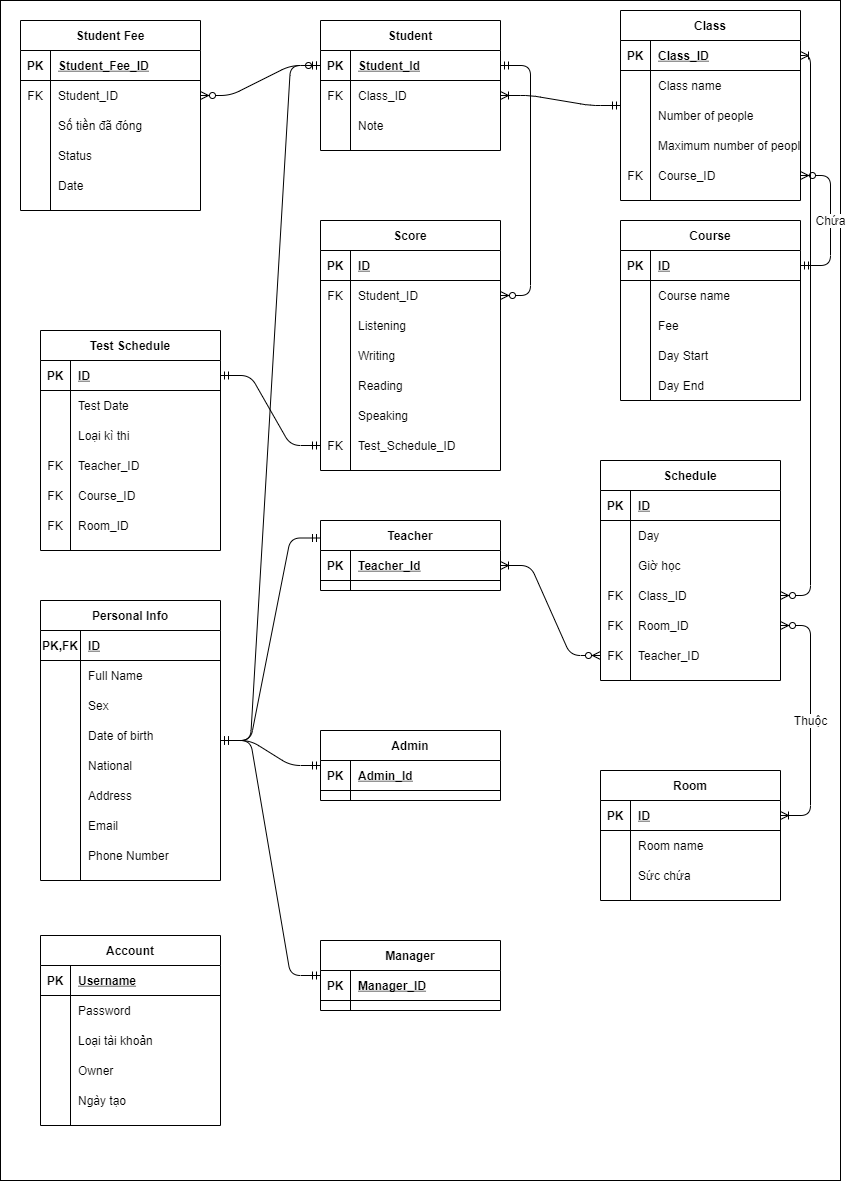
Above: ERD QlyHocVienTTAVpng-NguyenThang.png in truongthang2211/QlyHocVienTTAV (draw.io), before the change. Source tidied: cells renumbered, new cells last; positions are measured from the earlier drawing's top-left corner, leaving out a move shared by most shapes.
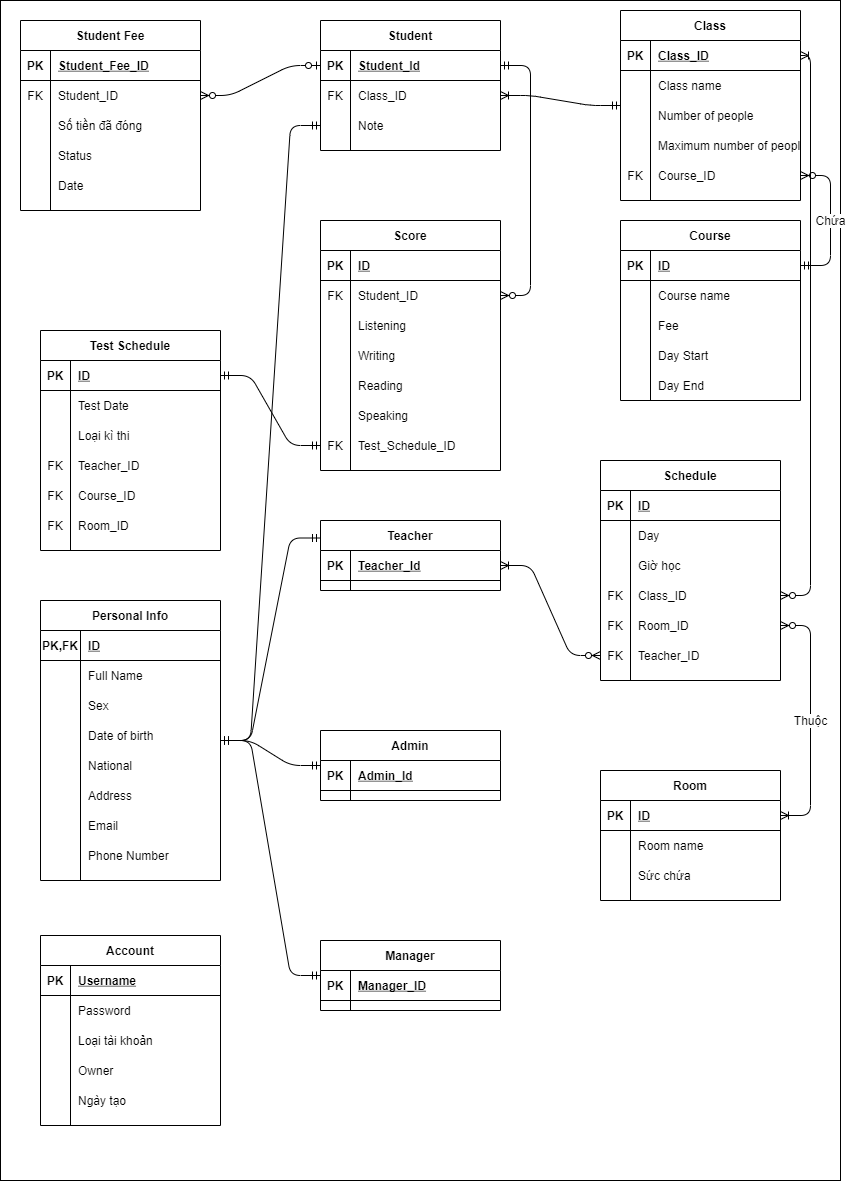
Above is the later version.

Change to the diagram source:
```diff
@@ -500,7 +500,7 @@
     <mxCell id="167" value="Phone Number" style="shape=partialRectangle;fillColor=none;top=0;left=0;bottom=0;right=0;align=left;spacingLeft=6;overflow=hidden;" parent="165" vertex="1">
       <mxGeometry x="40" width="140" height="30" as="geometry" />
     </mxCell>
-    <mxCell id="168" style="edgeStyle=entityRelationEdgeStyle;fontSize=12;html=1;endArrow=ERmandOne;startArrow=ERmandOne;exitX=0;exitY=0.5;exitDx=0;exitDy=0;" parent="1" edge="1" source="4" target="143">
+    <mxCell id="168" style="edgeStyle=entityRelationEdgeStyle;fontSize=12;html=1;endArrow=ERmandOne;startArrow=ERmandOne;exitX=0;exitY=0.5;exitDx=0;exitDy=0;" parent="1" edge="1" source="10" target="143">
       <mxGeometry relative="1" as="geometry" />
     </mxCell>
     <mxCell id="169" value="Admin" style="shape=table;startSize=30;rowLines=0;fontStyle=1;align=center;" parent="1" vertex="1">
```
